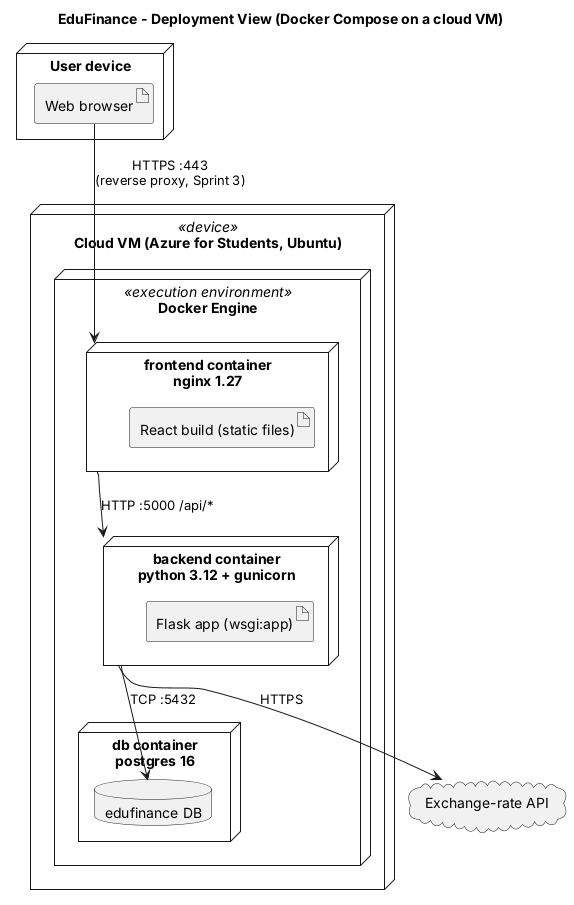
The PlantUML diagram docs/03-Architecture-documentation/diagrams/png/deployment-diagram.png in Suprit-S/edufinance, before a commit.
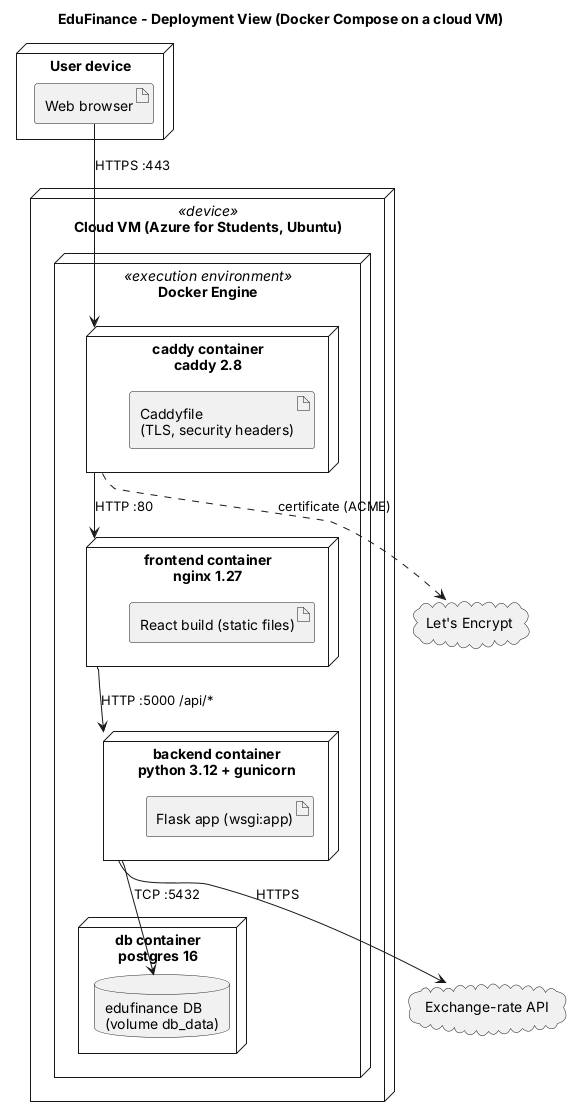
Later version of the same file.

What changed in the source:
```diff
@@ -8,6 +8,9 @@
 
 node "Cloud VM (Azure for Students, Ubuntu)" <<device>> {
   node "Docker Engine" <<execution environment>> {
+    node "caddy container\ncaddy 2.8" as caddy {
+      artifact "Caddyfile\n(TLS, security headers)"
+    }
     node "frontend container\nnginx 1.27" as fe {
       artifact "React build (static files)"
     }
@@ -15,14 +18,17 @@
       artifact "Flask app (wsgi:app)"
     }
     node "db container\npostgres 16" as dbc {
-      database "edufinance DB" as dbvol
+      database "edufinance DB\n(volume db_data)" as dbvol
     }
   }
 }
 
 cloud "Exchange-rate API" as fx
+cloud "Let's Encrypt" as le
 
-browser --> fe : HTTPS :443\n(reverse proxy, Sprint 3)
+browser --> caddy : HTTPS :443
+caddy --> fe : HTTP :80
+caddy ..> le : certificate (ACME)
 fe --> be : HTTP :5000 /api/*
 be --> dbvol : TCP :5432
 be --> fx : HTTPS
```
